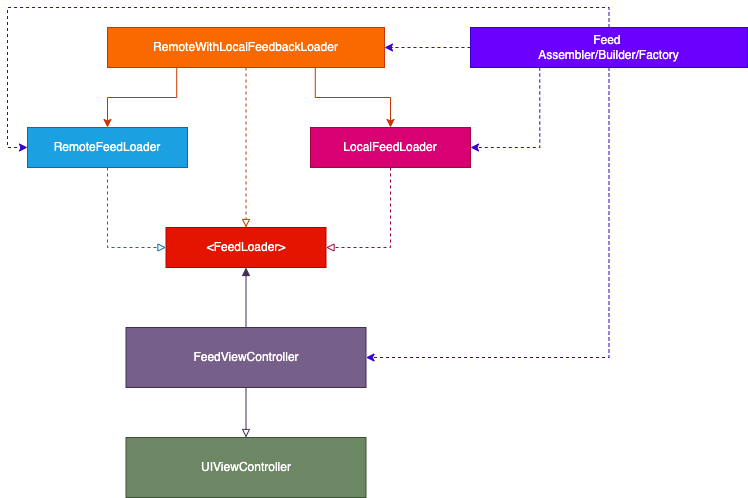
Earlier version of the draw.io export architecture.png (sebspi/essential-feed-case-study). Source tidied: cells renumbered, new cells last; positions are measured from the earlier drawing's top-left corner, leaving out a move shared by most shapes.
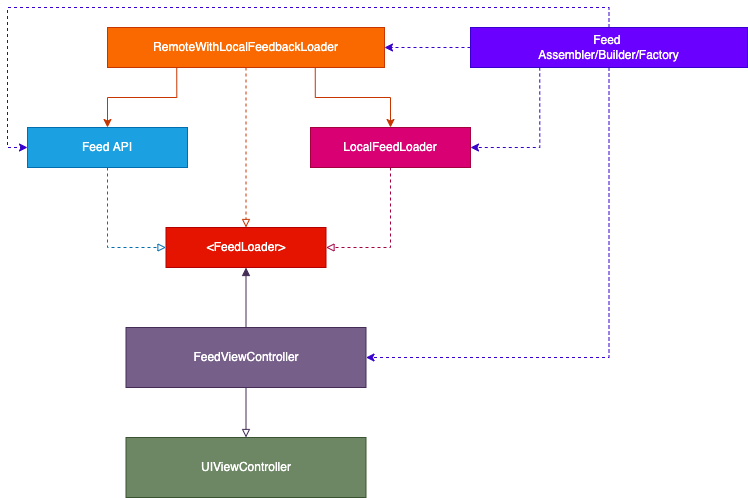
The same diagram one commit later.

Commit message:
Updated architecture diagram

Diff of the diagram source:
```diff
@@ -23,7 +23,7 @@
     <mxCell id="8" style="edgeStyle=orthogonalEdgeStyle;rounded=0;jettySize=auto;html=1;exitX=0.5;exitY=1;exitDx=0;exitDy=0;entryX=0;entryY=0.5;entryDx=0;entryDy=0;fontColor=#FFFFFF;endArrow=block;endFill=0;dashed=1;fillColor=#1ba1e2;strokeColor=#006EAF;" parent="1" edge="1" source="9" target="10">
       <mxGeometry relative="1" as="geometry" />
     </mxCell>
-    <mxCell id="9" value="RemoteFeedLoader" style="rounded=0;whiteSpace=wrap;html=1;fillColor=#1ba1e2;strokeColor=#006EAF;fontColor=#ffffff;" parent="1" vertex="1">
+    <mxCell id="9" value="Feed API" style="rounded=0;whiteSpace=wrap;html=1;fillColor=#1ba1e2;strokeColor=#006EAF;fontColor=#ffffff;" parent="1" vertex="1">
       <mxGeometry y="100" width="160" height="40" as="geometry" />
     </mxCell>
     <mxCell id="10" value="&amp;lt;FeedLoader&amp;gt;" style="rounded=0;whiteSpace=wrap;html=1;fillColor=#e51400;strokeColor=#B20000;fontColor=#ffffff;" parent="1" vertex="1">
```
